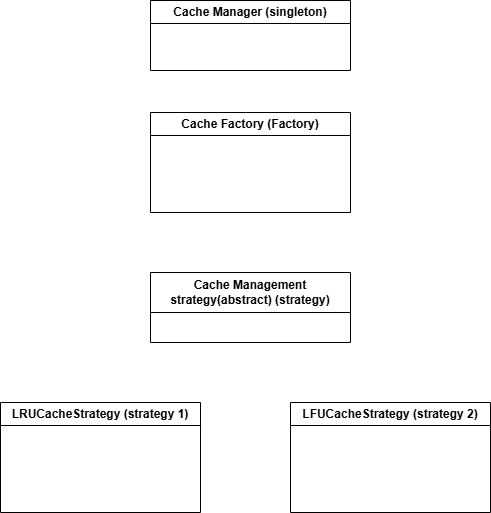
Before: CacheManagementService/cacheManagementApp.drawio.png, a diagram exported from draw.io (ashu7mishra/Django). Source tidied: cells renumbered, new cells last; positions are measured from the earlier drawing's top-left corner, leaving out a move shared by most shapes.
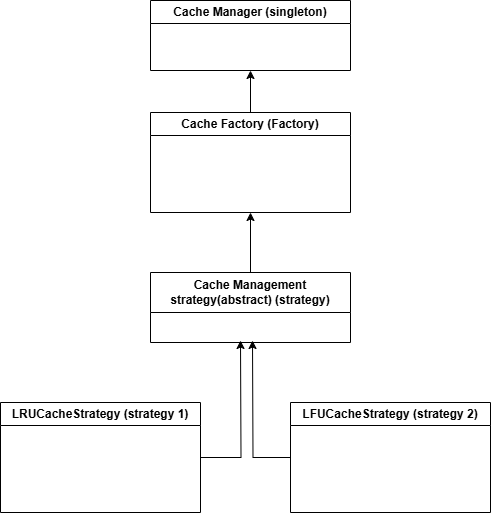
The same file after the commit.

Change to the diagram source:
```diff
@@ -2,15 +2,31 @@
   <root>
     <mxCell id="0" />
     <mxCell id="1" parent="0" />
+    <mxCell id="7" style="edgeStyle=orthogonalEdgeStyle;rounded=0;jettySize=auto;html=1;entryX=0.5;entryY=1;entryDx=0;entryDy=0;" parent="1" edge="1" source="2" target="5">
+      <mxGeometry relative="1" as="geometry" />
+    </mxCell>
     <mxCell id="2" value="Cache Management strategy(abstract) (strategy)" style="swimlane;whiteSpace=wrap;html=1;startSize=40;" parent="1" vertex="1">
       <mxGeometry x="150" y="272" width="200" height="70" as="geometry" />
     </mxCell>
+    <mxCell id="8" style="edgeStyle=orthogonalEdgeStyle;rounded=0;jettySize=auto;html=1;exitX=1;exitY=0.5;exitDx=0;exitDy=0;" parent="1" edge="1" source="3">
+      <mxGeometry relative="1" as="geometry">
+        <mxPoint x="240" y="340" as="targetPoint" />
+      </mxGeometry>
+    </mxCell>
     <mxCell id="3" value="LRUCacheStrategy (strategy 1)" style="swimlane;whiteSpace=wrap;html=1;" parent="1" vertex="1">
       <mxGeometry y="402" width="200" height="110" as="geometry" />
     </mxCell>
+    <mxCell id="9" style="edgeStyle=orthogonalEdgeStyle;rounded=0;jettySize=auto;html=1;exitX=0;exitY=0.5;exitDx=0;exitDy=0;" parent="1" edge="1" source="4">
+      <mxGeometry relative="1" as="geometry">
+        <mxPoint x="252" y="340" as="targetPoint" />
+      </mxGeometry>
+    </mxCell>
     <mxCell id="4" value="LFUCacheStrategy&amp;nbsp;(strategy 2)" style="swimlane;whiteSpace=wrap;html=1;" parent="1" vertex="1">
       <mxGeometry x="290" y="402" width="200" height="110" as="geometry" />
     </mxCell>
+    <mxCell id="10" style="edgeStyle=orthogonalEdgeStyle;rounded=0;jettySize=auto;html=1;entryX=0.5;entryY=1;entryDx=0;entryDy=0;" parent="1" edge="1" source="5" target="6">
+      <mxGeometry relative="1" as="geometry" />
+    </mxCell>
     <mxCell id="5" value="Cache Factory (Factory)" style="swimlane;whiteSpace=wrap;html=1;" parent="1" vertex="1">
       <mxGeometry x="150" y="112" width="200" height="100" as="geometry" />
     </mxCell>
```
